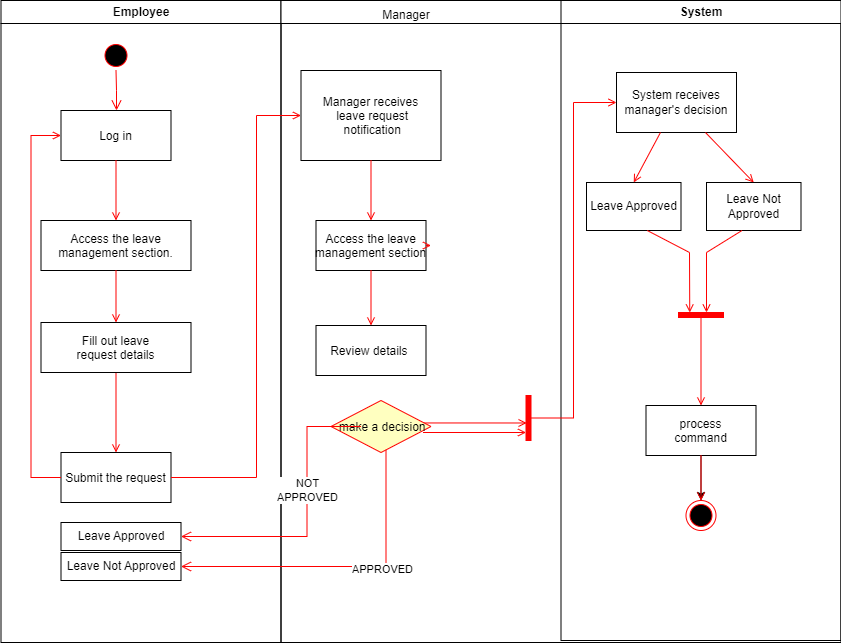
The draw.io diagram Request Leave Diagram.drawio.png in Arisa-Ndreu/test, before a commit. Source tidied: cells renumbered, new cells last; positions are measured from the earlier drawing's top-left corner, leaving out a move shared by most shapes. Source of this version:
```xml
<mxGraphModel>
  <root>
    <mxCell id="0" />
    <mxCell id="1" parent="0" />
    <mxCell id="2" value="Employee" style="swimlane;whiteSpace=wrap;" parent="1" vertex="1">
      <mxGeometry x="0.5" width="280" height="642" as="geometry" />
    </mxCell>
    <mxCell id="3" style="ellipse;shape=startState;fillColor=#000000;strokeColor=#ff0000;" parent="2" vertex="1">
      <mxGeometry x="100" y="40" width="30" height="30" as="geometry" />
    </mxCell>
    <mxCell id="4" style="edgeStyle=elbowEdgeStyle;elbow=horizontal;verticalAlign=bottom;endArrow=open;endSize=8;strokeColor=#FF0000;endFill=1;rounded=0;" parent="2" edge="1" source="3" target="5">
      <mxGeometry x="100" y="40" as="geometry" />
    </mxCell>
    <mxCell id="5" value="Log in" parent="2" vertex="1">
      <mxGeometry x="60" y="110" width="110" height="50" as="geometry" />
    </mxCell>
    <mxCell id="6" value="Access the leave &#10;management section." parent="2" vertex="1">
      <mxGeometry x="40" y="220" width="150" height="50" as="geometry" />
    </mxCell>
    <mxCell id="7" style="endArrow=open;strokeColor=#FF0000;endFill=1;rounded=0;" parent="2" edge="1" source="5" target="6">
      <mxGeometry relative="1" as="geometry" />
    </mxCell>
    <mxCell id="8" value="Submit the request" parent="2" vertex="1">
      <mxGeometry x="60" y="452" width="110" height="50" as="geometry" />
    </mxCell>
    <mxCell id="9" style="endArrow=open;strokeColor=#FF0000;endFill=1;rounded=0;" parent="2" edge="1" source="12" target="8">
      <mxGeometry relative="1" as="geometry" />
    </mxCell>
    <mxCell id="10" style="edgeStyle=elbowEdgeStyle;elbow=horizontal;strokeColor=#FF0000;endArrow=open;endFill=1;rounded=0;" parent="2" edge="1" source="8" target="5">
      <mxGeometry relative="1" as="geometry">
        <Array as="points">
          <mxPoint x="30" y="250" />
        </Array>
      </mxGeometry>
    </mxCell>
    <mxCell id="11" style="endArrow=open;strokeColor=#FF0000;endFill=1;rounded=0;" parent="2" edge="1" source="6" target="12">
      <mxGeometry relative="1" as="geometry" />
    </mxCell>
    <mxCell id="12" value="Fill out leave &#10;request details" parent="2" vertex="1">
      <mxGeometry x="40" y="322" width="150" height="50" as="geometry" />
    </mxCell>
    <mxCell id="13" value="Leave Approved" style="rounded=0;whiteSpace=wrap;html=1;" parent="2" vertex="1">
      <mxGeometry x="60" y="522" width="120" height="28" as="geometry" />
    </mxCell>
    <mxCell id="14" value="Leave Not Approved" style="rounded=0;whiteSpace=wrap;html=1;" parent="2" vertex="1">
      <mxGeometry x="60" y="552" width="120" height="28" as="geometry" />
    </mxCell>
    <mxCell id="15" style="swimlane;whiteSpace=wrap;" parent="1" vertex="1">
      <mxGeometry x="280.5" width="560" height="642" as="geometry" />
    </mxCell>
    <mxCell id="16" value="Manager receives&#10; leave request&#10; notification" parent="15" vertex="1">
      <mxGeometry x="20" y="70" width="140" height="90" as="geometry" />
    </mxCell>
    <mxCell id="17" value="Access the leave &#10;management section" parent="15" vertex="1">
      <mxGeometry x="35" y="220" width="110" height="50" as="geometry" />
    </mxCell>
    <mxCell id="18" style="endArrow=open;strokeColor=#FF0000;endFill=1;rounded=0;" parent="15" edge="1" source="16" target="17">
      <mxGeometry relative="1" as="geometry" />
    </mxCell>
    <mxCell id="19" value="Review details " parent="15" vertex="1">
      <mxGeometry x="35" y="325" width="110" height="50" as="geometry" />
    </mxCell>
    <mxCell id="20" style="endArrow=open;strokeColor=#FF0000;endFill=1;rounded=0;" parent="15" edge="1" source="17" target="19">
      <mxGeometry relative="1" as="geometry" />
    </mxCell>
    <mxCell id="21" style="endArrow=open;strokeColor=#FF0000;endFill=1;rounded=0;" parent="15" edge="1" source="17">
      <mxGeometry relative="1" as="geometry">
        <mxPoint x="150" y="245" as="targetPoint" />
      </mxGeometry>
    </mxCell>
    <mxCell id="22" style="edgeStyle=elbowEdgeStyle;elbow=horizontal;entryX=0.126;entryY=0.611;strokeColor=#FF0000;endArrow=open;endFill=1;rounded=0;exitX=0.929;exitY=0.432;exitDx=0;exitDy=0;exitPerimeter=0;entryDx=0;entryDy=0;entryPerimeter=0;" parent="15" edge="1" source="35" target="39">
      <mxGeometry relative="1" as="geometry">
        <Array as="points">
          <mxPoint x="196" y="422" />
        </Array>
      </mxGeometry>
    </mxCell>
    <mxCell id="23" value="System" style="swimlane;whiteSpace=wrap;" parent="15" vertex="1">
      <mxGeometry x="280" width="280" height="640" as="geometry" />
    </mxCell>
    <mxCell id="24" style="edgeStyle=orthogonalEdgeStyle;rounded=0;jettySize=auto;html=1;" parent="23" edge="1" source="25" target="26">
      <mxGeometry relative="1" as="geometry" />
    </mxCell>
    <mxCell id="25" value="process&#10;command" parent="23" vertex="1">
      <mxGeometry x="85" y="405" width="110" height="50" as="geometry" />
    </mxCell>
    <mxCell id="26" style="ellipse;shape=endState;fillColor=#000000;strokeColor=#ff0000;" parent="23" vertex="1">
      <mxGeometry x="125" y="500" width="30" height="30" as="geometry" />
    </mxCell>
    <mxCell id="27" style="endArrow=open;strokeColor=#FF0000;endFill=1;rounded=0;" parent="23" edge="1" source="25" target="26">
      <mxGeometry relative="1" as="geometry" />
    </mxCell>
    <mxCell id="28" value="Leave Approved" style="rounded=0;whiteSpace=wrap;html=1;" parent="23" vertex="1">
      <mxGeometry x="25.5" y="182" width="94.5" height="48" as="geometry" />
    </mxCell>
    <mxCell id="29" value="Leave Not Approved" style="rounded=0;whiteSpace=wrap;html=1;" parent="23" vertex="1">
      <mxGeometry x="145.5" y="182" width="94.5" height="48" as="geometry" />
    </mxCell>
    <mxCell id="30" style="whiteSpace=wrap;strokeColor=#FF0000;fillColor=#FF0000;rotation=90;" parent="23" vertex="1">
      <mxGeometry x="137.5" y="292" width="5" height="45" as="geometry" />
    </mxCell>
    <mxCell id="31" style="endArrow=open;strokeColor=#FF0000;endFill=1;rounded=0;entryX=0;entryY=0.75;entryDx=0;entryDy=0;" parent="23" edge="1" target="30">
      <mxGeometry relative="1" as="geometry">
        <mxPoint x="86.2" y="230" as="sourcePoint" />
        <Array as="points">
          <mxPoint x="128.5" y="252" />
        </Array>
      </mxGeometry>
    </mxCell>
    <mxCell id="32" style="endArrow=open;strokeColor=#FF0000;endFill=1;rounded=0;" parent="23" edge="1">
      <mxGeometry relative="1" as="geometry">
        <mxPoint x="181" y="230" as="sourcePoint" />
        <mxPoint x="145.5" y="312" as="targetPoint" />
        <Array as="points">
          <mxPoint x="145.5" y="252" />
        </Array>
      </mxGeometry>
    </mxCell>
    <mxCell id="33" style="endArrow=open;strokeColor=#FF0000;endFill=1;rounded=0;exitX=1;exitY=0.5;exitDx=0;exitDy=0;" parent="23" edge="1" source="30" target="25">
      <mxGeometry relative="1" as="geometry" />
    </mxCell>
    <mxCell id="34" value="Manager" style="text;html=1;strokeColor=none;fillColor=none;align=center;verticalAlign=middle;whiteSpace=wrap;rounded=0;" parent="15" vertex="1">
      <mxGeometry x="95.5" width="60" height="30" as="geometry" />
    </mxCell>
    <mxCell id="35" value=" make a decision" style="rhombus;fillColor=#ffffc0;strokeColor=#ff0000;" parent="15" vertex="1">
      <mxGeometry x="50" y="400" width="100" height="52" as="geometry" />
    </mxCell>
    <mxCell id="36" style="edgeStyle=elbowEdgeStyle;elbow=horizontal;align=left;verticalAlign=top;endArrow=open;endSize=8;strokeColor=#FF0000;endFill=1;rounded=0;entryX=1;entryY=0.5;entryDx=0;entryDy=0;" parent="15" edge="1" target="13">
      <mxGeometry x="-1" relative="1" as="geometry">
        <mxPoint x="80" y="426" as="sourcePoint" />
        <Array as="points">
          <mxPoint x="26" y="482" />
        </Array>
      </mxGeometry>
    </mxCell>
    <mxCell id="37" value="NOT&lt;br&gt;APPROVED" style="edgeLabel;html=1;align=center;verticalAlign=middle;" parent="36" vertex="1">
      <mxGeometry x="-0.19" relative="1" as="geometry" />
    </mxCell>
    <mxCell id="38" style="edgeStyle=elbowEdgeStyle;elbow=horizontal;entryX=0.126;entryY=0.611;strokeColor=#FF0000;endArrow=open;endFill=1;rounded=0;exitX=0.929;exitY=0.432;exitDx=0;exitDy=0;exitPerimeter=0;entryDx=0;entryDy=0;entryPerimeter=0;" parent="15" edge="1">
      <mxGeometry relative="1" as="geometry">
        <mxPoint x="142" y="432" as="sourcePoint" />
        <mxPoint x="245" y="432" as="targetPoint" />
        <Array as="points">
          <mxPoint x="195" y="432" />
        </Array>
      </mxGeometry>
    </mxCell>
    <mxCell id="39" style="whiteSpace=wrap;strokeColor=#FF0000;fillColor=#FF0000;" parent="15" vertex="1">
      <mxGeometry x="245" y="395" width="5" height="45" as="geometry" />
    </mxCell>
    <mxCell id="40" style="endArrow=open;strokeColor=#FF0000;endFill=1;rounded=0;" parent="1" edge="1" source="8" target="16">
      <mxGeometry relative="1" as="geometry">
        <Array as="points">
          <mxPoint x="256" y="477" />
          <mxPoint x="256" y="115" />
        </Array>
      </mxGeometry>
    </mxCell>
    <mxCell id="41" style="edgeStyle=elbowEdgeStyle;elbow=horizontal;align=left;verticalAlign=bottom;endArrow=open;endSize=8;strokeColor=#FF0000;endFill=1;rounded=0;" parent="1" edge="1" source="35" target="14">
      <mxGeometry x="-1" relative="1" as="geometry">
        <Array as="points">
          <mxPoint x="385.5" y="414.5" />
        </Array>
      </mxGeometry>
    </mxCell>
    <mxCell id="42" value="APPROVED" style="edgeLabel;html=1;align=center;verticalAlign=middle;" parent="41" vertex="1">
      <mxGeometry x="-0.25" y="2" relative="1" as="geometry" />
    </mxCell>
    <mxCell id="43" value="System receives manager's decision" style="rounded=0;whiteSpace=wrap;html=1;" parent="1" vertex="1">
      <mxGeometry x="616" y="72" width="120" height="60" as="geometry" />
    </mxCell>
    <mxCell id="44" style="edgeStyle=elbowEdgeStyle;elbow=horizontal;strokeColor=#FF0000;endArrow=open;endFill=1;rounded=0;" parent="1" edge="1" source="39" target="43">
      <mxGeometry relative="1" as="geometry" />
    </mxCell>
    <mxCell id="45" style="endArrow=open;strokeColor=#FF0000;endFill=1;rounded=0;entryX=0.5;entryY=0;entryDx=0;entryDy=0;" parent="1" edge="1" source="43" target="28">
      <mxGeometry relative="1" as="geometry" />
    </mxCell>
    <mxCell id="46" style="endArrow=open;strokeColor=#FF0000;endFill=1;rounded=0;entryX=0.5;entryY=0;entryDx=0;entryDy=0;" parent="1" edge="1" source="43" target="29">
      <mxGeometry relative="1" as="geometry" />
    </mxCell>
  </root>
</mxGraphModel>
```
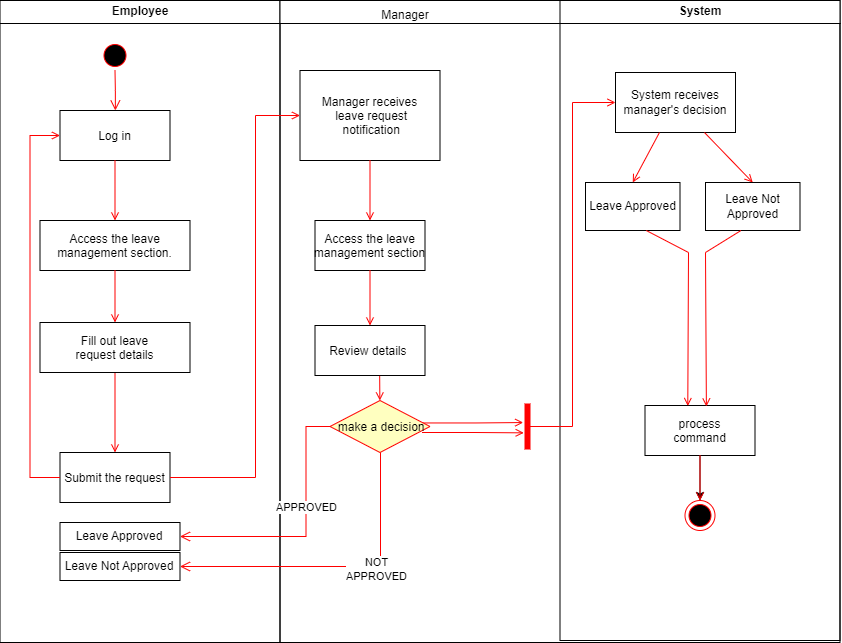
Above is the later version.

Diff of the diagram source:
```diff
@@ -63,12 +63,12 @@
     <mxCell id="20" style="endArrow=open;strokeColor=#FF0000;endFill=1;rounded=0;" parent="15" edge="1" source="17" target="19">
       <mxGeometry relative="1" as="geometry" />
     </mxCell>
-    <mxCell id="21" style="endArrow=open;strokeColor=#FF0000;endFill=1;rounded=0;" parent="15" edge="1" source="17">
+    <mxCell id="21" style="endArrow=open;strokeColor=#FF0000;endFill=1;rounded=0;exitX=0.588;exitY=1.008;exitDx=0;exitDy=0;exitPerimeter=0;" parent="15" edge="1" source="19">
       <mxGeometry relative="1" as="geometry">
-        <mxPoint x="150" y="245" as="targetPoint" />
+        <mxPoint x="99.9" y="400" as="targetPoint" />
       </mxGeometry>
     </mxCell>
-    <mxCell id="22" style="edgeStyle=elbowEdgeStyle;elbow=horizontal;entryX=0.126;entryY=0.611;strokeColor=#FF0000;endArrow=open;endFill=1;rounded=0;exitX=0.929;exitY=0.432;exitDx=0;exitDy=0;exitPerimeter=0;entryDx=0;entryDy=0;entryPerimeter=0;" parent="15" edge="1" source="35" target="39">
+    <mxCell id="22" style="edgeStyle=elbowEdgeStyle;elbow=horizontal;strokeColor=#FF0000;endArrow=open;endFill=1;rounded=0;exitX=0.929;exitY=0.432;exitDx=0;exitDy=0;exitPerimeter=0;entryX=-0.36;entryY=0.412;entryDx=0;entryDy=0;entryPerimeter=0;" parent="15" edge="1" source="35" target="39">
       <mxGeometry relative="1" as="geometry">
         <Array as="points">
           <mxPoint x="196" y="422" />
@@ -96,10 +96,7 @@
     <mxCell id="29" value="Leave Not Approved" style="rounded=0;whiteSpace=wrap;html=1;" parent="23" vertex="1">
       <mxGeometry x="145.5" y="182" width="94.5" height="48" as="geometry" />
     </mxCell>
-    <mxCell id="30" style="whiteSpace=wrap;strokeColor=#FF0000;fillColor=#FF0000;rotation=90;" parent="23" vertex="1">
-      <mxGeometry x="137.5" y="292" width="5" height="45" as="geometry" />
-    </mxCell>
-    <mxCell id="31" style="endArrow=open;strokeColor=#FF0000;endFill=1;rounded=0;entryX=0;entryY=0.75;entryDx=0;entryDy=0;" parent="23" edge="1" target="30">
+    <mxCell id="31" style="endArrow=open;strokeColor=#FF0000;endFill=1;rounded=0;entryX=0.389;entryY=0.01;entryDx=0;entryDy=0;entryPerimeter=0;" parent="23" edge="1" target="25">
       <mxGeometry relative="1" as="geometry">
         <mxPoint x="86.2" y="230" as="sourcePoint" />
         <Array as="points">
@@ -107,65 +104,50 @@
         </Array>
       </mxGeometry>
     </mxCell>
-    <mxCell id="32" style="endArrow=open;strokeColor=#FF0000;endFill=1;rounded=0;" parent="23" edge="1">
+    <mxCell id="32" style="endArrow=open;strokeColor=#FF0000;endFill=1;rounded=0;entryX=0.558;entryY=0.02;entryDx=0;entryDy=0;entryPerimeter=0;" parent="23" edge="1" target="25">
       <mxGeometry relative="1" as="geometry">
         <mxPoint x="181" y="230" as="sourcePoint" />
-        <mxPoint x="145.5" y="312" as="targetPoint" />
         <Array as="points">
           <mxPoint x="145.5" y="252" />
         </Array>
       </mxGeometry>
     </mxCell>
-    <mxCell id="33" style="endArrow=open;strokeColor=#FF0000;endFill=1;rounded=0;exitX=1;exitY=0.5;exitDx=0;exitDy=0;" parent="23" edge="1" source="30" target="25">
-      <mxGeometry relative="1" as="geometry" />
-    </mxCell>
     <mxCell id="34" value="Manager" style="text;html=1;strokeColor=none;fillColor=none;align=center;verticalAlign=middle;whiteSpace=wrap;rounded=0;" parent="15" vertex="1">
       <mxGeometry x="95.5" width="60" height="30" as="geometry" />
     </mxCell>
     <mxCell id="35" value=" make a decision" style="rhombus;fillColor=#ffffc0;strokeColor=#ff0000;" parent="15" vertex="1">
       <mxGeometry x="50" y="400" width="100" height="52" as="geometry" />
     </mxCell>
-    <mxCell id="36" style="edgeStyle=elbowEdgeStyle;elbow=horizontal;align=left;verticalAlign=top;endArrow=open;endSize=8;strokeColor=#FF0000;endFill=1;rounded=0;entryX=1;entryY=0.5;entryDx=0;entryDy=0;" parent="15" edge="1" target="13">
-      <mxGeometry x="-1" relative="1" as="geometry">
-        <mxPoint x="80" y="426" as="sourcePoint" />
-        <Array as="points">
-          <mxPoint x="26" y="482" />
-        </Array>
-      </mxGeometry>
-    </mxCell>
-    <mxCell id="37" value="NOT&lt;br&gt;APPROVED" style="edgeLabel;html=1;align=center;verticalAlign=middle;" parent="36" vertex="1">
-      <mxGeometry x="-0.19" relative="1" as="geometry" />
-    </mxCell>
-    <mxCell id="38" style="edgeStyle=elbowEdgeStyle;elbow=horizontal;entryX=0.126;entryY=0.611;strokeColor=#FF0000;endArrow=open;endFill=1;rounded=0;exitX=0.929;exitY=0.432;exitDx=0;exitDy=0;exitPerimeter=0;entryDx=0;entryDy=0;entryPerimeter=0;" parent="15" edge="1">
+    <mxCell id="38" style="edgeStyle=elbowEdgeStyle;elbow=horizontal;entryX=-0.259;entryY=0.641;strokeColor=#FF0000;endArrow=open;endFill=1;rounded=0;exitX=0.929;exitY=0.432;exitDx=0;exitDy=0;exitPerimeter=0;entryDx=0;entryDy=0;entryPerimeter=0;" parent="15" edge="1" target="39">
       <mxGeometry relative="1" as="geometry">
         <mxPoint x="142" y="432" as="sourcePoint" />
-        <mxPoint x="245" y="432" as="targetPoint" />
         <Array as="points">
           <mxPoint x="195" y="432" />
         </Array>
       </mxGeometry>
     </mxCell>
     <mxCell id="39" style="whiteSpace=wrap;strokeColor=#FF0000;fillColor=#FF0000;" parent="15" vertex="1">
-      <mxGeometry x="245" y="395" width="5" height="45" as="geometry" />
+      <mxGeometry x="245" y="403.5" width="5" height="45" as="geometry" />
     </mxCell>
-    <mxCell id="40" style="endArrow=open;strokeColor=#FF0000;endFill=1;rounded=0;" parent="1" edge="1" source="8" target="16">
-      <mxGeometry relative="1" as="geometry">
-        <Array as="points">
-          <mxPoint x="256" y="477" />
-          <mxPoint x="256" y="115" />
-        </Array>
-      </mxGeometry>
-    </mxCell>
-    <mxCell id="41" style="edgeStyle=elbowEdgeStyle;elbow=horizontal;align=left;verticalAlign=bottom;endArrow=open;endSize=8;strokeColor=#FF0000;endFill=1;rounded=0;" parent="1" edge="1" source="35" target="14">
+    <mxCell id="41" style="edgeStyle=elbowEdgeStyle;elbow=horizontal;align=left;verticalAlign=bottom;endArrow=open;endSize=8;strokeColor=#FF0000;endFill=1;rounded=0;entryX=1;entryY=0.5;entryDx=0;entryDy=0;" parent="15" edge="1" target="14">
       <mxGeometry x="-1" relative="1" as="geometry">
+        <mxPoint x="100.5" y="452" as="sourcePoint" />
         <Array as="points">
-          <mxPoint x="385.5" y="414.5" />
+          <mxPoint x="100.5" y="414.5" />
         </Array>
       </mxGeometry>
     </mxCell>
-    <mxCell id="42" value="APPROVED" style="edgeLabel;html=1;align=center;verticalAlign=middle;" parent="41" vertex="1">
+    <mxCell id="42" value="NOT&lt;br&gt;APPROVED" style="edgeLabel;html=1;align=center;verticalAlign=middle;" parent="41" vertex="1">
       <mxGeometry x="-0.25" y="2" relative="1" as="geometry" />
     </mxCell>
+    <mxCell id="40" style="endArrow=open;strokeColor=#FF0000;endFill=1;rounded=0;" parent="1" edge="1" source="8" target="16">
+      <mxGeometry relative="1" as="geometry">
+        <Array as="points">
+          <mxPoint x="256" y="477" />
+          <mxPoint x="256" y="115" />
+        </Array>
+      </mxGeometry>
+    </mxCell>
     <mxCell id="43" value="System receives manager's decision" style="rounded=0;whiteSpace=wrap;html=1;" parent="1" vertex="1">
       <mxGeometry x="616" y="72" width="120" height="60" as="geometry" />
     </mxCell>
@@ -178,5 +160,15 @@
     <mxCell id="46" style="endArrow=open;strokeColor=#FF0000;endFill=1;rounded=0;entryX=0.5;entryY=0;entryDx=0;entryDy=0;" parent="1" edge="1" source="43" target="29">
       <mxGeometry relative="1" as="geometry" />
     </mxCell>
+    <mxCell id="36" style="edgeStyle=elbowEdgeStyle;elbow=horizontal;align=left;verticalAlign=top;endArrow=open;endSize=8;strokeColor=#FF0000;endFill=1;rounded=0;entryX=1;entryY=0.5;entryDx=0;entryDy=0;exitX=0;exitY=0.5;exitDx=0;exitDy=0;" parent="1" edge="1" source="35" target="13">
+      <mxGeometry x="-1" relative="1" as="geometry">
+        <Array as="points">
+          <mxPoint x="306.5" y="482" />
+        </Array>
+      </mxGeometry>
+    </mxCell>
+    <mxCell id="37" value="APPROVED" style="edgeLabel;html=1;align=center;verticalAlign=middle;" parent="36" vertex="1">
+      <mxGeometry x="-0.19" relative="1" as="geometry" />
+    </mxCell>
   </root>
 </mxGraphModel>
```
